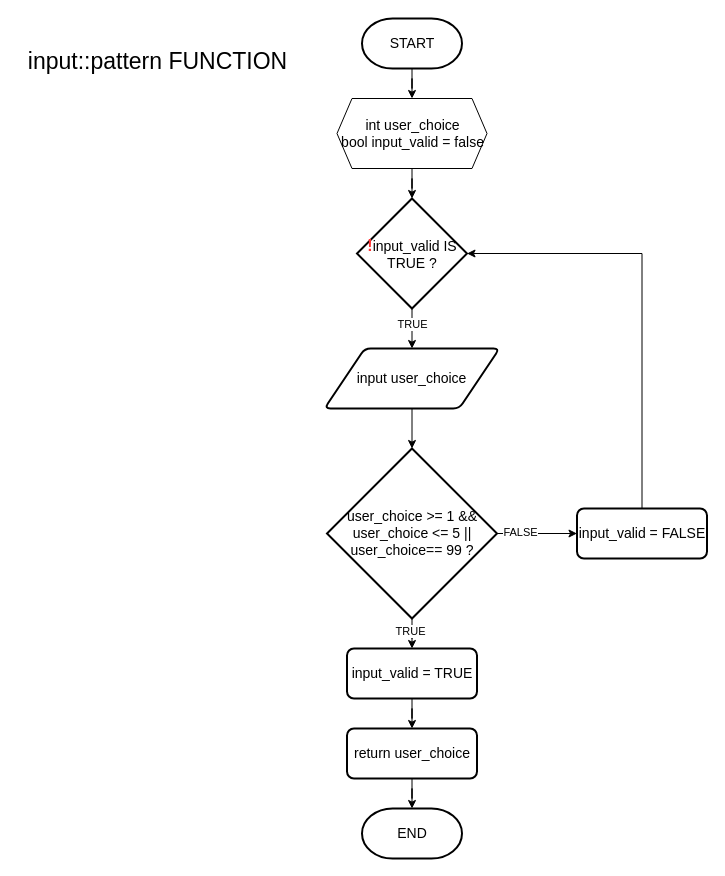
Above: input_style.drawio in HarisHerdiansyah/tugas-alprog (draw.io), before the change. Source tidied: cells renumbered, new cells numbered last; positions are measured from the earlier drawing's top-left corner, leaving out a move shared by most shapes. Both pictures are drawn from the tidied source at 100%, with x=0, y=0 at pixel (16, 18).
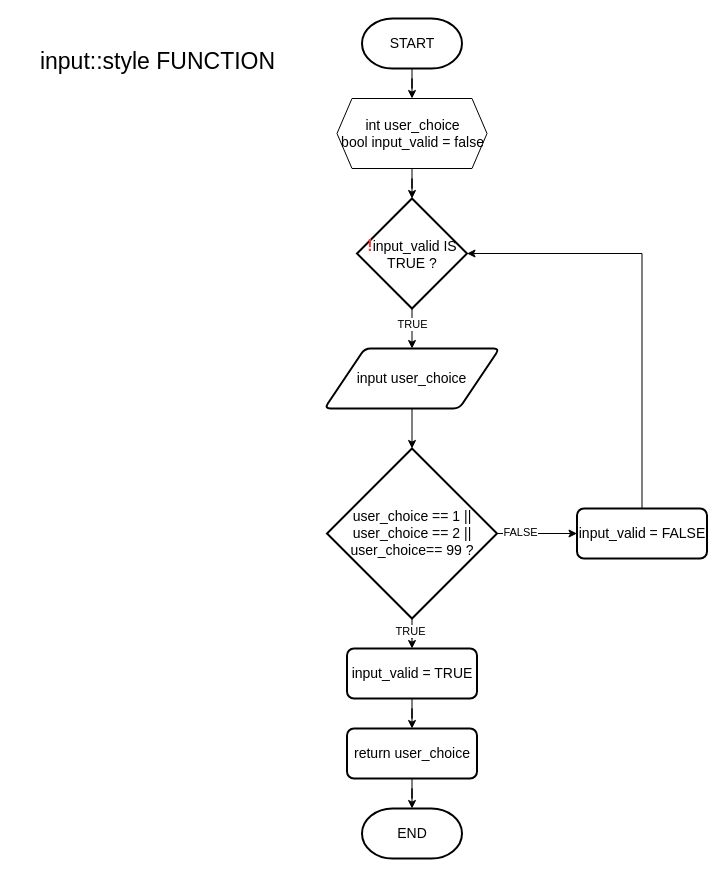
The same diagram, later.

The edit, as a diff of the source:
```diff
@@
-    <mxCell id="15" value="user_choice &amp;gt;= 1 &amp;amp;&amp;amp; user_choice &amp;lt;= 5 || user_choice== 99 ?" style="strokeWidth=2;html=1;shape=mxgraph.flowchart.decision;whiteSpace=wrap;fontSize=14;" parent="1" vertex="1">
+    <mxCell id="15" value="user_choice == 1 || user_choice == 2 || user_choice== 99 ?" style="strokeWidth=2;html=1;shape=mxgraph.flowchart.decision;whiteSpace=wrap;fontSize=14;" parent="1" vertex="1">
       <mxGeometry x="310.5" y="430" width="170" height="170" as="geometry" />
     </mxCell>
@@
-    <mxCell id="23" value="&lt;font style=&quot;font-size: 23px;&quot;&gt;input::pattern FUNCTION&lt;/font&gt;" style="text;html=1;align=center;verticalAlign=middle;strokeColor=none;fillColor=none;" parent="1" vertex="1">
-      <mxGeometry x="0.5" y="23" width="280" height="40" as="geometry" />
+    <mxCell id="23" value="&lt;font style=&quot;font-size: 23px;&quot;&gt;input::style FUNCTION&lt;/font&gt;" style="text;html=1;align=center;verticalAlign=middle;strokeColor=none;fillColor=none;" parent="1" vertex="1">
+      <mxGeometry x="10.5" y="23" width="260" height="40" as="geometry" />
     </mxCell>
```
